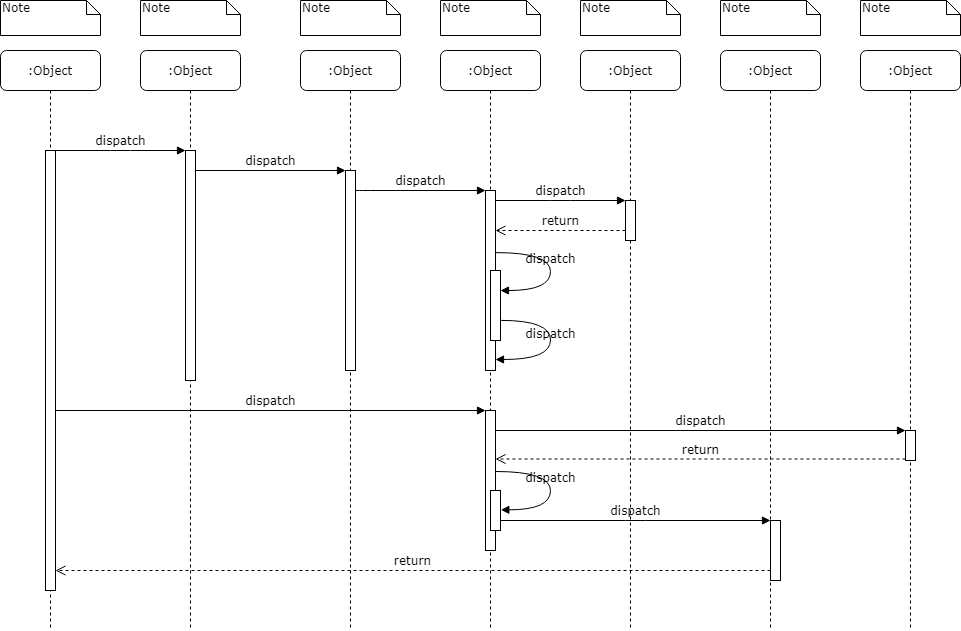
Before: android/player退出.png, a diagram exported from draw.io (yaodewei/Diagram). Source tidied: cells renumbered, new cells last; positions are measured from the earlier drawing's top-left corner, leaving out a move shared by most shapes.
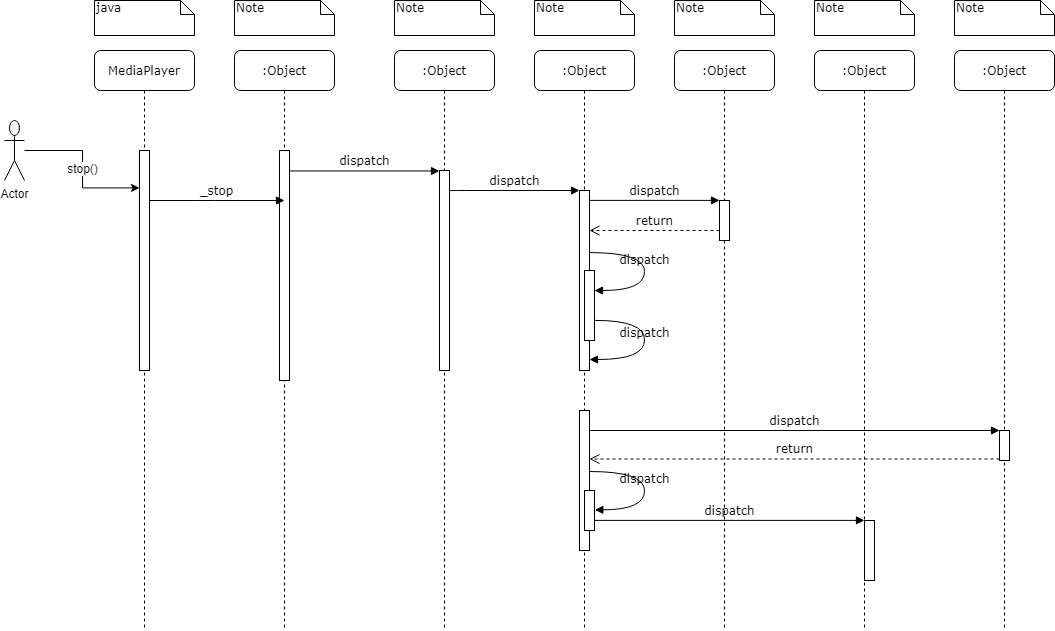
After the commit.

Diff of the diagram source:
```diff
@@ -26,11 +26,11 @@
     <mxCell id="9" value=":Object" style="shape=umlLifeline;perimeter=lifelinePerimeter;whiteSpace=wrap;html=1;rounded=1;shadow=0;comic=0;labelBackgroundColor=none;strokeWidth=1;fontFamily=Verdana;fontSize=12;align=center;" parent="1" vertex="1">
       <mxGeometry x="860" y="50" width="100" height="580" as="geometry" />
     </mxCell>
-    <mxCell id="10" value=":Object" style="shape=umlLifeline;perimeter=lifelinePerimeter;whiteSpace=wrap;html=1;rounded=1;shadow=0;comic=0;labelBackgroundColor=none;strokeWidth=1;fontFamily=Verdana;fontSize=12;align=center;" parent="1" vertex="1">
+    <mxCell id="10" value="MediaPlayer" style="shape=umlLifeline;perimeter=lifelinePerimeter;whiteSpace=wrap;html=1;rounded=1;shadow=0;comic=0;labelBackgroundColor=none;strokeWidth=1;fontFamily=Verdana;fontSize=12;align=center;" parent="1" vertex="1">
       <mxGeometry y="50" width="100" height="580" as="geometry" />
     </mxCell>
     <mxCell id="11" style="html=1;points=[];perimeter=orthogonalPerimeter;rounded=0;shadow=0;comic=0;labelBackgroundColor=none;strokeWidth=1;fontFamily=Verdana;fontSize=12;align=center;" parent="10" vertex="1">
-      <mxGeometry x="45" y="100" width="10" height="440" as="geometry" />
+      <mxGeometry x="45" y="100" width="10" height="220" as="geometry" />
     </mxCell>
     <mxCell id="12" style="html=1;points=[];perimeter=orthogonalPerimeter;rounded=0;shadow=0;comic=0;labelBackgroundColor=none;strokeWidth=1;fontFamily=Verdana;fontSize=12;align=center;" parent="1" vertex="1">
       <mxGeometry x="485" y="190" width="10" height="180" as="geometry" />
@@ -59,9 +59,6 @@
     <mxCell id="17" style="html=1;points=[];perimeter=orthogonalPerimeter;rounded=0;shadow=0;comic=0;labelBackgroundColor=none;strokeWidth=1;fontFamily=Verdana;fontSize=12;align=center;" parent="1" vertex="1">
       <mxGeometry x="485" y="410" width="10" height="140" as="geometry" />
     </mxCell>
-    <mxCell id="18" value="dispatch" style="html=1;verticalAlign=bottom;endArrow=block;entryX=0;entryY=0;labelBackgroundColor=none;fontFamily=Verdana;fontSize=12;" parent="1" edge="1" source="11" target="17">
-      <mxGeometry relative="1" as="geometry" />
-    </mxCell>
     <mxCell id="19" style="html=1;points=[];perimeter=orthogonalPerimeter;rounded=0;shadow=0;comic=0;labelBackgroundColor=none;strokeColor=#000000;strokeWidth=1;fillColor=#FFFFFF;fontFamily=Verdana;fontSize=12;fontColor=#000000;align=center;" parent="1" vertex="1">
       <mxGeometry x="905" y="430" width="10" height="30" as="geometry" />
     </mxCell>
@@ -77,15 +74,13 @@
     <mxCell id="23" value="dispatch" style="html=1;verticalAlign=bottom;endArrow=block;entryX=0;entryY=0;labelBackgroundColor=none;fontFamily=Verdana;fontSize=12;edgeStyle=elbowEdgeStyle;elbow=vertical;" parent="1" edge="1" source="30" target="22">
       <mxGeometry relative="1" as="geometry" />
     </mxCell>
-    <mxCell id="24" value="return" style="html=1;verticalAlign=bottom;endArrow=open;dashed=1;endSize=8;labelBackgroundColor=none;fontFamily=Verdana;fontSize=12;edgeStyle=elbowEdgeStyle;elbow=vertical;" parent="1" edge="1" source="22" target="11">
-      <mxGeometry relative="1" as="geometry">
-        <Array as="points">
-          <mxPoint x="470" y="570" />
-        </Array>
-      </mxGeometry>
-    </mxCell>
-    <mxCell id="25" value="dispatch" style="html=1;verticalAlign=bottom;endArrow=block;entryX=0;entryY=0;labelBackgroundColor=none;fontFamily=Verdana;fontSize=12;edgeStyle=elbowEdgeStyle;elbow=vertical;" parent="1" edge="1" source="11" target="3">
-      <mxGeometry relative="1" as="geometry" />
+    <mxCell id="25" value="_stop" style="html=1;verticalAlign=bottom;endArrow=block;labelBackgroundColor=none;fontFamily=Verdana;fontSize=12;edgeStyle=elbowEdgeStyle;elbow=vertical;" parent="1" edge="1" source="11">
+      <mxGeometry relative="1" as="geometry">
+        <mxPoint x="190" y="200" as="targetPoint" />
+        <Array as="points">
+          <mxPoint x="110" y="200" />
+        </Array>
+      </mxGeometry>
     </mxCell>
     <mxCell id="26" value="dispatch" style="html=1;verticalAlign=bottom;endArrow=block;entryX=0;entryY=0;labelBackgroundColor=none;fontFamily=Verdana;fontSize=12;edgeStyle=elbowEdgeStyle;elbow=vertical;" parent="1" edge="1" source="3" target="5">
       <mxGeometry relative="1" as="geometry" />
@@ -123,7 +118,7 @@
         </Array>
       </mxGeometry>
     </mxCell>
-    <mxCell id="32" value="Note" style="shape=note;whiteSpace=wrap;html=1;size=14;verticalAlign=top;align=left;spacingTop=-6;rounded=0;shadow=0;comic=0;labelBackgroundColor=none;strokeWidth=1;fontFamily=Verdana;fontSize=12;" parent="1" vertex="1">
+    <mxCell id="32" value="java" style="shape=note;whiteSpace=wrap;html=1;size=14;verticalAlign=top;align=left;spacingTop=-6;rounded=0;shadow=0;comic=0;labelBackgroundColor=none;strokeWidth=1;fontFamily=Verdana;fontSize=12;" parent="1" vertex="1">
       <mxGeometry width="100" height="35" as="geometry" />
     </mxCell>
     <mxCell id="33" value="Note" style="shape=note;whiteSpace=wrap;html=1;size=14;verticalAlign=top;align=left;spacingTop=-6;rounded=0;shadow=0;comic=0;labelBackgroundColor=none;strokeWidth=1;fontFamily=Verdana;fontSize=12;" parent="1" vertex="1">
@@ -144,5 +139,16 @@
     <mxCell id="38" value="Note" style="shape=note;whiteSpace=wrap;html=1;size=14;verticalAlign=top;align=left;spacingTop=-6;rounded=0;shadow=0;comic=0;labelBackgroundColor=none;strokeWidth=1;fontFamily=Verdana;fontSize=12;" parent="1" vertex="1">
       <mxGeometry x="860" width="100" height="35" as="geometry" />
     </mxCell>
+    <mxCell id="39" value="stop()" style="edgeStyle=orthogonalEdgeStyle;rounded=0;jettySize=auto;html=1;entryX=0;entryY=0.17;entryDx=0;entryDy=0;entryPerimeter=0;" parent="1" edge="1" source="40" target="11">
+      <mxGeometry relative="1" as="geometry">
+        <Array as="points">
+          <mxPoint x="-12" y="150" />
+          <mxPoint x="-12" y="187" />
+        </Array>
+      </mxGeometry>
+    </mxCell>
+    <mxCell id="40" value="Actor" style="shape=umlActor;verticalLabelPosition=bottom;verticalAlign=top;html=1;" parent="1" vertex="1">
+      <mxGeometry x="-90" y="120" width="20" height="60" as="geometry" />
+    </mxCell>
   </root>
 </mxGraphModel>
```
